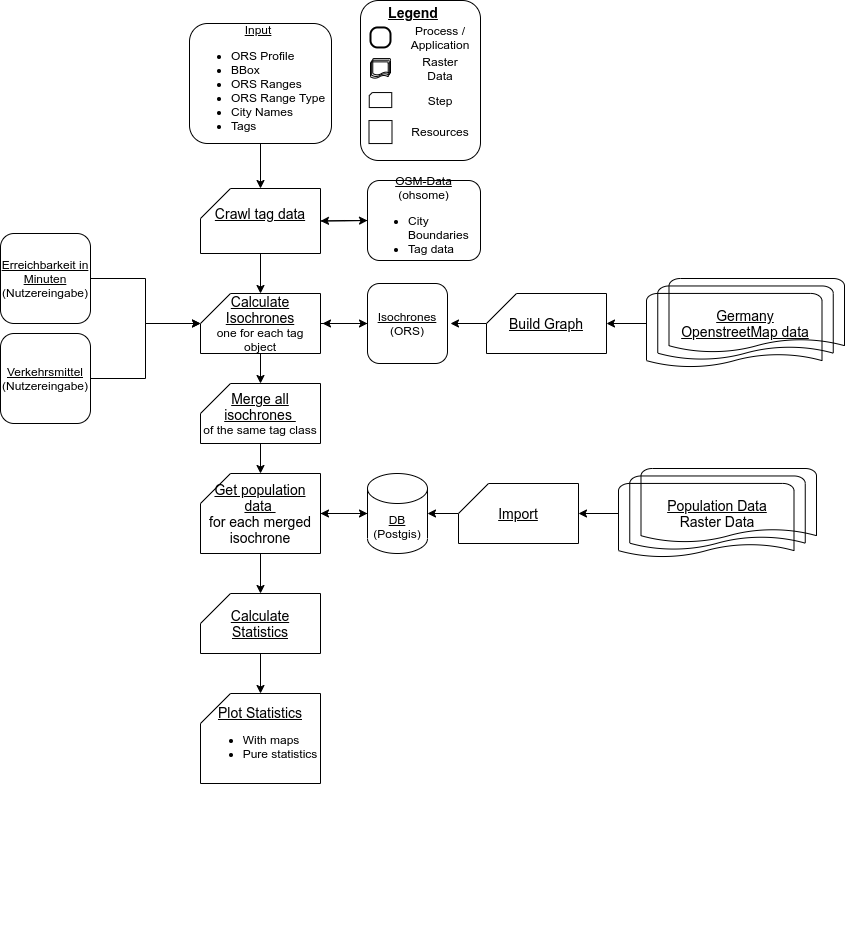
MichaelsJP/Unrelevant keeps this draw.io diagram as static/flows/processing_flow.png. Above is the earlier version. Source tidied: cells renumbered, new cells last; positions are measured from the earlier drawing's top-left corner, leaving out a move shared by most shapes.
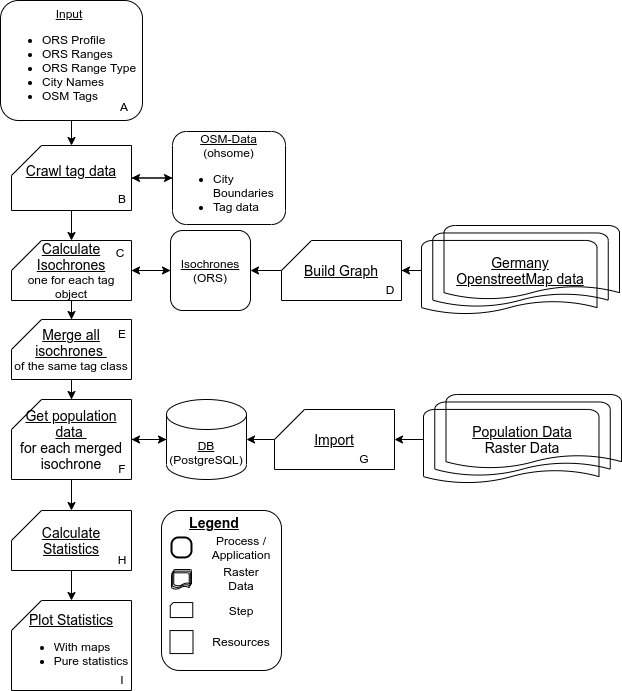
Above is the later version.

Commit message:
add processing flow

Change to the diagram source:
```diff
@@ -2,11 +2,8 @@
   <root>
     <mxCell id="0" />
     <mxCell id="1" parent="0" />
-    <mxCell id="2" style="group;" parent="1" vertex="1">
-      <mxGeometry x="170" y="643" width="120" height="290" as="geometry" />
-    </mxCell>
     <mxCell id="3" style="group;" parent="1" vertex="1">
-      <mxGeometry x="360" width="120" height="180" as="geometry" />
+      <mxGeometry x="348" y="493" width="120" height="180" as="geometry" />
     </mxCell>
     <mxCell id="4" style="rounded=1;whiteSpace=wrap;html=1;fontStyle=5;" parent="3" vertex="1">
       <mxGeometry width="120" height="160" as="geometry" />
@@ -21,7 +18,7 @@
       <mxGeometry x="10" y="26.9" width="20" height="20" as="geometry" />
     </mxCell>
     <mxCell id="8" style="strokeWidth=1;html=1;shape=mxgraph.flowchart.multi-document;whiteSpace=wrap;rounded=1;fillColor=none;" parent="3" vertex="1">
-      <mxGeometry x="10" y="58.1" width="20" height="20" as="geometry" />
+      <mxGeometry x="10" y="59" width="20" height="20" as="geometry" />
     </mxCell>
     <mxCell id="9" value="Raster Data" style="text;html=1;strokeColor=none;fillColor=none;align=center;verticalAlign=middle;whiteSpace=wrap;rounded=0;" parent="3" vertex="1">
       <mxGeometry x="65" y="58.1" width="30" height="20" as="geometry" />
@@ -42,7 +39,7 @@
       <mxGeometry relative="1" as="geometry" />
     </mxCell>
     <mxCell id="15" value="&lt;u&gt;OSM-Data&lt;/u&gt;&lt;br&gt;(ohsome)&lt;br&gt;&lt;ul&gt;&lt;li style=&quot;text-align: left&quot;&gt;&lt;span&gt;City Boundaries&lt;/span&gt;&lt;/li&gt;&lt;li style=&quot;text-align: left&quot;&gt;&lt;span&gt;Tag data&lt;/span&gt;&lt;/li&gt;&lt;/ul&gt;" style="rounded=1;whiteSpace=wrap;html=1;fontFamily=Helvetica;fontSize=12;fontColor=#000000;align=center;strokeColor=#000000;fillColor=#ffffff;" parent="1" vertex="1">
-      <mxGeometry x="367" y="180" width="113" height="80" as="geometry" />
+      <mxGeometry x="359" y="114" width="113" height="93" as="geometry" />
     </mxCell>
     <mxCell id="16" style="edgeStyle=orthogonalEdgeStyle;rounded=0;orthogonalLoop=1;jettySize=auto;html=1;entryX=1;entryY=0.5;entryDx=0;entryDy=0;entryPerimeter=0;" parent="1" edge="1">
       <mxGeometry relative="1" as="geometry">
@@ -52,23 +49,23 @@
     <mxCell id="17" style="edgeStyle=orthogonalEdgeStyle;rounded=0;jettySize=auto;html=1;entryX=0.5;entryY=0;entryDx=0;entryDy=0;entryPerimeter=0;" parent="1" edge="1" source="18" target="28">
       <mxGeometry relative="1" as="geometry" />
     </mxCell>
-    <mxCell id="18" value="&lt;div style=&quot;text-align: center&quot;&gt;&lt;u&gt;Input&lt;/u&gt;&lt;/div&gt;&lt;ul&gt;&lt;li&gt;ORS Profile&lt;/li&gt;&lt;li&gt;BBox&lt;/li&gt;&lt;li&gt;ORS Ranges&lt;/li&gt;&lt;li&gt;ORS Range Type&lt;/li&gt;&lt;li&gt;&lt;span&gt;City Names&lt;/span&gt;&lt;/li&gt;&lt;li&gt;&lt;span&gt;Tags&lt;/span&gt;&lt;br&gt;&lt;/li&gt;&lt;/ul&gt;" style="rounded=1;whiteSpace=wrap;html=1;fontFamily=Helvetica;fontSize=12;fontColor=#000000;align=left;strokeColor=#000000;fillColor=#ffffff;" parent="1" vertex="1">
-      <mxGeometry x="189" y="23" width="142" height="120" as="geometry" />
+    <mxCell id="18" value="&lt;div style=&quot;text-align: center&quot;&gt;&lt;u&gt;Input&lt;/u&gt;&lt;/div&gt;&lt;ul&gt;&lt;li&gt;ORS Profile&lt;/li&gt;&lt;li&gt;&lt;span&gt;ORS Ranges&lt;/span&gt;&lt;br&gt;&lt;/li&gt;&lt;li&gt;ORS Range Type&lt;/li&gt;&lt;li&gt;&lt;span&gt;City Names&lt;/span&gt;&lt;/li&gt;&lt;li&gt;&lt;span&gt;OSM Tags&lt;/span&gt;&lt;br&gt;&lt;/li&gt;&lt;/ul&gt;" style="rounded=1;whiteSpace=wrap;html=1;fontFamily=Helvetica;fontSize=12;fontColor=#000000;align=left;strokeColor=#000000;fillColor=#ffffff;" parent="1" vertex="1">
+      <mxGeometry x="187" y="-17" width="142" height="120" as="geometry" />
     </mxCell>
     <mxCell id="19" style="group;" parent="1" vertex="1">
-      <mxGeometry x="367" y="468" width="449" height="90" as="geometry" />
+      <mxGeometry x="353" y="377" width="449" height="90" as="geometry" />
     </mxCell>
     <mxCell id="20" value="&lt;span style=&quot;font-size: 14px&quot;&gt;&lt;u&gt;Population Data&lt;/u&gt;&lt;br&gt;Raster Data&lt;br&gt;&lt;/span&gt;" style="strokeWidth=1;html=1;shape=mxgraph.flowchart.multi-document;whiteSpace=wrap;rounded=1;fillColor=none;" parent="19" vertex="1">
-      <mxGeometry x="251" width="198" height="90" as="geometry" />
+      <mxGeometry x="257" width="198" height="90" as="geometry" />
     </mxCell>
-    <mxCell id="21" value="&lt;u&gt;DB&lt;/u&gt;&lt;br&gt;(Postgis)" style="shape=cylinder3;whiteSpace=wrap;html=1;boundedLbl=1;backgroundOutline=1;size=15;" parent="19" vertex="1">
-      <mxGeometry y="5" width="60" height="80" as="geometry" />
+    <mxCell id="21" value="&lt;u&gt;DB&lt;/u&gt;&lt;br&gt;(PostgreSQL)" style="shape=cylinder3;whiteSpace=wrap;html=1;boundedLbl=1;backgroundOutline=1;size=15;" parent="19" vertex="1">
+      <mxGeometry y="5" width="80" height="80" as="geometry" />
     </mxCell>
     <mxCell id="22" style="edgeStyle=orthogonalEdgeStyle;rounded=0;jettySize=auto;html=1;entryX=1;entryY=0.5;entryDx=0;entryDy=0;entryPerimeter=0;" parent="19" edge="1" source="23" target="21">
       <mxGeometry relative="1" as="geometry" />
     </mxCell>
     <mxCell id="23" value="&lt;font&gt;&lt;u style=&quot;font-size: 14px&quot;&gt;Import&lt;/u&gt;&lt;br&gt;&lt;/font&gt;" style="shape=card;whiteSpace=wrap;html=1;fontFamily=Helvetica;fontSize=12;fontColor=#000000;align=center;strokeColor=#000000;fillColor=#ffffff;" parent="19" vertex="1">
-      <mxGeometry x="91" y="15" width="120" height="60" as="geometry" />
+      <mxGeometry x="108" y="15" width="120" height="60" as="geometry" />
     </mxCell>
     <mxCell id="24" style="edgeStyle=orthogonalEdgeStyle;rounded=0;jettySize=auto;html=1;" parent="19" edge="1" source="20" target="23">
       <mxGeometry relative="1" as="geometry" />
@@ -85,7 +82,7 @@
       <mxGeometry relative="1" as="geometry" />
     </mxCell>
     <mxCell id="28" value="&lt;font&gt;&lt;span style=&quot;font-size: 14px&quot;&gt;&lt;u&gt;Crawl tag data&lt;/u&gt;&lt;br&gt;&lt;br&gt;&lt;/span&gt;&lt;/font&gt;" style="shape=card;whiteSpace=wrap;html=1;fontFamily=Helvetica;fontSize=12;fontColor=#000000;align=center;strokeColor=#000000;fillColor=#ffffff;" parent="1" vertex="1">
-      <mxGeometry x="200" y="188" width="120" height="65" as="geometry" />
+      <mxGeometry x="198" y="128" width="120" height="65" as="geometry" />
     </mxCell>
     <mxCell id="29" style="edgeStyle=orthogonalEdgeStyle;rounded=0;jettySize=auto;html=1;entryX=0;entryY=0.5;entryDx=0;entryDy=0;entryPerimeter=0;" parent="1" edge="1" source="31" target="21">
       <mxGeometry relative="1" as="geometry" />
@@ -94,27 +91,13 @@
       <mxGeometry relative="1" as="geometry" />
     </mxCell>
     <mxCell id="31" value="&lt;font&gt;&lt;span style=&quot;font-size: 14px&quot;&gt;&lt;u&gt;Get population data &lt;/u&gt;&lt;br&gt;for each merged isochrone&lt;/span&gt;&lt;br&gt;&lt;/font&gt;" style="shape=card;whiteSpace=wrap;html=1;fontFamily=Helvetica;fontSize=12;fontColor=#000000;align=center;strokeColor=#000000;fillColor=#ffffff;" parent="1" vertex="1">
-      <mxGeometry x="200" y="473" width="120" height="80" as="geometry" />
+      <mxGeometry x="198" y="382" width="120" height="80" as="geometry" />
     </mxCell>
-    <mxCell id="32" style="edgeStyle=orthogonalEdgeStyle;rounded=0;jettySize=auto;html=1;entryX=0;entryY=0;entryDx=0;entryDy=30;entryPerimeter=0;" parent="1" edge="1" source="33" target="40">
-      <mxGeometry relative="1" as="geometry" />
-    </mxCell>
-    <mxCell id="33" value="&lt;u&gt;Erreichbarkeit in Minuten&lt;/u&gt;&lt;br&gt;(Nutzereingabe)" style="rounded=1;whiteSpace=wrap;html=1;fontFamily=Helvetica;fontSize=12;fontColor=#000000;align=center;strokeColor=#000000;fillColor=#ffffff;" parent="1" vertex="1">
-      <mxGeometry y="233" width="90" height="90" as="geometry" />
-    </mxCell>
-    <mxCell id="34" style="edgeStyle=orthogonalEdgeStyle;rounded=0;jettySize=auto;html=1;entryX=0;entryY=0;entryDx=0;entryDy=30;entryPerimeter=0;" parent="1" edge="1" source="35" target="40">
-      <mxGeometry relative="1" as="geometry" />
-    </mxCell>
-    <mxCell id="35" value="&lt;u&gt;Verkehrsmittel&lt;/u&gt;&lt;br&gt;(Nutzereingabe)" style="rounded=1;whiteSpace=wrap;html=1;fontFamily=Helvetica;fontSize=12;fontColor=#000000;align=center;strokeColor=#000000;fillColor=#ffffff;" parent="1" vertex="1">
-      <mxGeometry y="333" width="90" height="90" as="geometry" />
-    </mxCell>
-    <mxCell id="36" style="edgeStyle=orthogonalEdgeStyle;rounded=0;jettySize=auto;html=1;" parent="1" edge="1" source="37">
-      <mxGeometry relative="1" as="geometry">
-        <mxPoint x="322" y="323" as="targetPoint" />
-      </mxGeometry>
+    <mxCell id="36" style="edgeStyle=orthogonalEdgeStyle;rounded=0;jettySize=auto;html=1;entryX=1;entryY=0.5;entryDx=0;entryDy=0;entryPerimeter=0;" parent="1" edge="1" source="37" target="40">
+      <mxGeometry relative="1" as="geometry" />
     </mxCell>
     <mxCell id="37" value="&lt;u&gt;Isochrones&lt;/u&gt;&lt;br&gt;(ORS)" style="rounded=1;whiteSpace=wrap;html=1;fontFamily=Helvetica;fontSize=12;fontColor=#000000;align=center;strokeColor=#000000;fillColor=#ffffff;" parent="1" vertex="1">
-      <mxGeometry x="367" y="283" width="80" height="80" as="geometry" />
+      <mxGeometry x="357" y="213" width="80" height="80" as="geometry" />
     </mxCell>
     <mxCell id="38" style="edgeStyle=orthogonalEdgeStyle;rounded=0;jettySize=auto;html=1;entryX=0;entryY=0.5;entryDx=0;entryDy=0;" parent="1" edge="1" source="40" target="37">
       <mxGeometry relative="1" as="geometry" />
@@ -123,39 +106,67 @@
       <mxGeometry relative="1" as="geometry" />
     </mxCell>
     <mxCell id="40" value="&lt;font&gt;&lt;u style=&quot;font-size: 14px&quot;&gt;Calculate Isochrones&lt;br&gt;&lt;/u&gt;one for each tag object&lt;br&gt;&lt;/font&gt;" style="shape=card;whiteSpace=wrap;html=1;fontFamily=Helvetica;fontSize=12;fontColor=#000000;align=center;strokeColor=#000000;fillColor=#ffffff;" parent="1" vertex="1">
-      <mxGeometry x="200" y="293" width="120" height="60" as="geometry" />
+      <mxGeometry x="198" y="223" width="120" height="60" as="geometry" />
     </mxCell>
     <mxCell id="41" style="edgeStyle=orthogonalEdgeStyle;rounded=0;jettySize=auto;html=1;entryX=0.5;entryY=0;entryDx=0;entryDy=0;entryPerimeter=0;" parent="1" edge="1" source="42" target="31">
       <mxGeometry relative="1" as="geometry" />
     </mxCell>
     <mxCell id="42" value="&lt;font&gt;&lt;span style=&quot;font-size: 14px&quot;&gt;&lt;u&gt;Merge all isochrones&amp;nbsp;&lt;br&gt;&lt;/u&gt;&lt;/span&gt;of the same tag class&lt;br&gt;&lt;/font&gt;" style="shape=card;whiteSpace=wrap;html=1;fontFamily=Helvetica;fontSize=12;fontColor=#000000;align=center;strokeColor=#000000;fillColor=#ffffff;" parent="1" vertex="1">
-      <mxGeometry x="200" y="383" width="120" height="60" as="geometry" />
+      <mxGeometry x="198" y="302" width="120" height="60" as="geometry" />
     </mxCell>
     <mxCell id="43" style="edgeStyle=orthogonalEdgeStyle;rounded=0;jettySize=auto;html=1;entryX=1;entryY=0.5;entryDx=0;entryDy=0;entryPerimeter=0;" parent="1" edge="1" source="21" target="31">
       <mxGeometry relative="1" as="geometry" />
     </mxCell>
-    <mxCell id="44" style="edgeStyle=orthogonalEdgeStyle;rounded=0;jettySize=auto;html=1;entryX=0.5;entryY=0;entryDx=0;entryDy=0;entryPerimeter=0;" parent="1" edge="1" source="45" target="46">
+    <mxCell id="44" style="edgeStyle=orthogonalEdgeStyle;rounded=0;jettySize=auto;html=1;entryX=0.5;entryY=0;entryDx=0;entryDy=0;entryPerimeter=0;exitX=0.5;exitY=1;exitDx=0;exitDy=0;exitPerimeter=0;" parent="1" edge="1" source="45" target="46">
       <mxGeometry relative="1" as="geometry" />
     </mxCell>
     <mxCell id="45" value="&lt;font&gt;&lt;span style=&quot;font-size: 14px&quot;&gt;&lt;u&gt;Calculate Statistics&lt;/u&gt;&lt;br&gt;&lt;/span&gt;&lt;/font&gt;" style="shape=card;whiteSpace=wrap;html=1;fontFamily=Helvetica;fontSize=12;fontColor=#000000;align=center;strokeColor=#000000;fillColor=#ffffff;" parent="1" vertex="1">
-      <mxGeometry x="200" y="593" width="120" height="60" as="geometry" />
+      <mxGeometry x="198" y="493" width="120" height="60" as="geometry" />
     </mxCell>
-    <mxCell id="46" value="&lt;u style=&quot;font-size: 14px&quot;&gt;Plot Statistics&lt;/u&gt;&lt;br&gt;&lt;div style=&quot;text-align: left&quot;&gt;&lt;ul&gt;&lt;li&gt;With maps&lt;/li&gt;&lt;li&gt;Pure statistics&lt;/li&gt;&lt;/ul&gt;&lt;/div&gt;" style="shape=card;whiteSpace=wrap;html=1;fontFamily=Helvetica;fontSize=12;fontColor=#000000;align=center;strokeColor=#000000;fillColor=#ffffff;" parent="1" vertex="1">
-      <mxGeometry x="200" y="693" width="120" height="90" as="geometry" />
-    </mxCell>
     <mxCell id="47" value="&lt;span style=&quot;font-size: 14px&quot;&gt;&lt;u&gt;Germany&lt;br&gt;OpenstreetMap data&lt;/u&gt;&lt;br&gt;&lt;/span&gt;" style="strokeWidth=1;html=1;shape=mxgraph.flowchart.multi-document;whiteSpace=wrap;rounded=1;fillColor=none;" parent="1" vertex="1">
-      <mxGeometry x="646" y="278" width="198" height="90" as="geometry" />
+      <mxGeometry x="608" y="208" width="198" height="90" as="geometry" />
     </mxCell>
-    <mxCell id="48" style="edgeStyle=orthogonalEdgeStyle;rounded=0;jettySize=auto;html=1;" parent="1" edge="1" source="49">
-      <mxGeometry relative="1" as="geometry">
-        <mxPoint x="450" y="323" as="targetPoint" />
-      </mxGeometry>
+    <mxCell id="48" style="edgeStyle=orthogonalEdgeStyle;rounded=0;jettySize=auto;html=1;entryX=1;entryY=0.5;entryDx=0;entryDy=0;" parent="1" edge="1" source="49" target="37">
+      <mxGeometry relative="1" as="geometry" />
     </mxCell>
     <mxCell id="49" value="&lt;font&gt;&lt;span style=&quot;font-size: 14px&quot;&gt;&lt;u&gt;Build Graph&lt;/u&gt;&lt;/span&gt;&lt;br&gt;&lt;/font&gt;" style="shape=card;whiteSpace=wrap;html=1;fontFamily=Helvetica;fontSize=12;fontColor=#000000;align=center;strokeColor=#000000;fillColor=#ffffff;" parent="1" vertex="1">
-      <mxGeometry x="486" y="293" width="120" height="60" as="geometry" />
+      <mxGeometry x="468" y="223" width="120" height="60" as="geometry" />
     </mxCell>
     <mxCell id="50" style="edgeStyle=orthogonalEdgeStyle;rounded=0;jettySize=auto;html=1;" parent="1" edge="1" source="47" target="49">
       <mxGeometry relative="1" as="geometry" />
     </mxCell>
+    <mxCell id="51" value="A" style="text;html=1;strokeColor=none;fillColor=none;align=center;verticalAlign=middle;whiteSpace=wrap;rounded=0;" parent="1" vertex="1">
+      <mxGeometry x="301" y="77" width="20" height="23" as="geometry" />
+    </mxCell>
+    <mxCell id="52" value="B" style="text;html=1;strokeColor=none;fillColor=none;align=center;verticalAlign=middle;whiteSpace=wrap;rounded=0;" parent="1" vertex="1">
+      <mxGeometry x="299" y="169" width="20" height="23" as="geometry" />
+    </mxCell>
+    <mxCell id="53" value="C" style="text;html=1;strokeColor=none;fillColor=none;align=center;verticalAlign=middle;whiteSpace=wrap;rounded=0;" parent="1" vertex="1">
+      <mxGeometry x="297" y="223" width="20" height="23" as="geometry" />
+    </mxCell>
+    <mxCell id="54" value="D" style="text;html=1;strokeColor=none;fillColor=none;align=center;verticalAlign=middle;whiteSpace=wrap;rounded=0;" parent="1" vertex="1">
+      <mxGeometry x="567" y="260" width="20" height="23" as="geometry" />
+    </mxCell>
+    <mxCell id="55" value="E" style="text;html=1;strokeColor=none;fillColor=none;align=center;verticalAlign=middle;whiteSpace=wrap;rounded=0;" parent="1" vertex="1">
+      <mxGeometry x="299" y="304" width="20" height="23" as="geometry" />
+    </mxCell>
+    <mxCell id="56" value="F" style="text;html=1;strokeColor=none;fillColor=none;align=center;verticalAlign=middle;whiteSpace=wrap;rounded=0;" parent="1" vertex="1">
+      <mxGeometry x="299" y="439" width="20" height="23" as="geometry" />
+    </mxCell>
+    <mxCell id="57" value="G" style="text;html=1;strokeColor=none;fillColor=none;align=center;verticalAlign=middle;whiteSpace=wrap;rounded=0;" parent="1" vertex="1">
+      <mxGeometry x="541" y="429" width="20" height="23" as="geometry" />
+    </mxCell>
+    <mxCell id="58" value="H" style="text;html=1;strokeColor=none;fillColor=none;align=center;verticalAlign=middle;whiteSpace=wrap;rounded=0;" parent="1" vertex="1">
+      <mxGeometry x="299" y="530" width="20" height="23" as="geometry" />
+    </mxCell>
+    <mxCell id="59" style="group;" parent="1" vertex="1">
+      <mxGeometry x="198" y="583" width="121" height="90" as="geometry" />
+    </mxCell>
+    <mxCell id="46" value="&lt;u style=&quot;font-size: 14px&quot;&gt;Plot Statistics&lt;/u&gt;&lt;br&gt;&lt;div style=&quot;text-align: left&quot;&gt;&lt;ul&gt;&lt;li&gt;With maps&lt;/li&gt;&lt;li&gt;Pure statistics&lt;/li&gt;&lt;/ul&gt;&lt;/div&gt;" style="shape=card;whiteSpace=wrap;html=1;fontFamily=Helvetica;fontSize=12;fontColor=#000000;align=center;strokeColor=#000000;fillColor=#ffffff;" parent="59" vertex="1">
+      <mxGeometry width="120" height="90" as="geometry" />
+    </mxCell>
+    <mxCell id="60" value="I" style="text;html=1;strokeColor=none;fillColor=none;align=center;verticalAlign=middle;whiteSpace=wrap;rounded=0;" parent="59" vertex="1">
+      <mxGeometry x="101" y="67" width="20" height="23" as="geometry" />
+    </mxCell>
   </root>
 </mxGraphModel>
```
